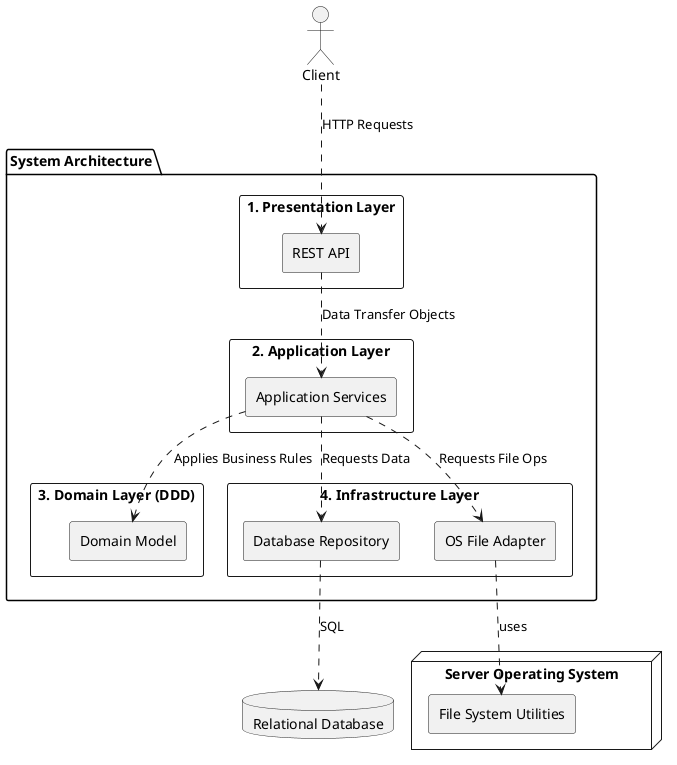
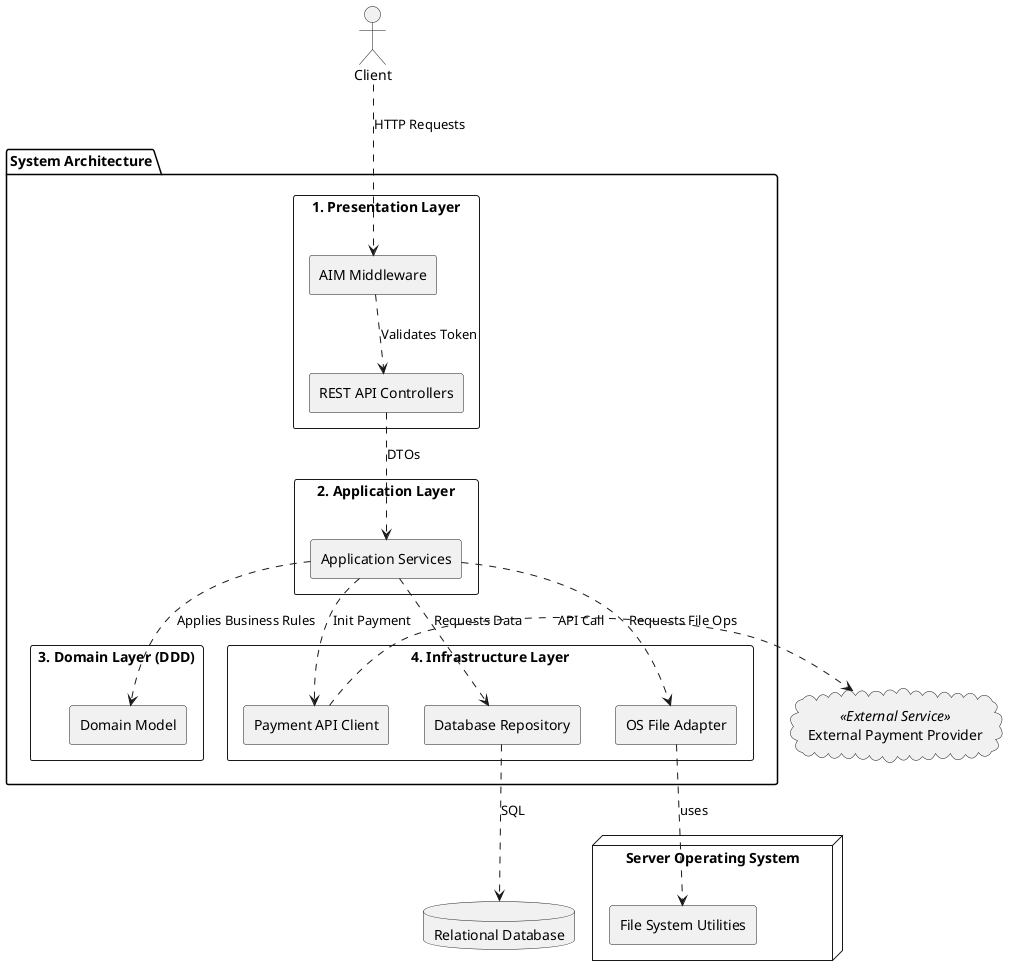
@startuml
skinparam componentStyle rectangle

actor "Client" as Client

+ cloud "External Payment Provider" as EPP <<External Service>>
+ 
package "System Architecture" {

    component "1. Presentation Layer" as Presentation {
-         [REST API] as API
+         [AIM Middleware] as AuthFilter
+         [REST API Controllers] as API
    }

    component "2. Application Layer" as AppLayer {
        [Application Services] as Services
    }

    component "3. Domain Layer (DDD)" as DomainLayer {
        [Domain Model] as Domain
    }

    component "4. Infrastructure Layer" as InfraLayer {
        [Database Repository] as Repo
        [OS File Adapter] as OSAdapter
+         [Payment API Client] as PaymentClient
    }
}

database "Relational Database" as DB
node "Server Operating System" as OS {
    [File System Utilities] as OSFS
}

- Client .down.> API : HTTP Requests
- API .down.> Services : Data Transfer Objects
+ 
+ Client .down.> AuthFilter : HTTP Requests
+ AuthFilter .down.> API : Validates Token
+ API .down.> Services : DTOs
+ 
Services .down.> Domain : Applies Business Rules
Services .down.> Repo : Requests Data
Services .down.> OSAdapter : Requests File Ops
+ Services .down.> PaymentClient : Init Payment

Repo .down.> DB : SQL
OSAdapter .down.> OSFS : uses
+ PaymentClient .right.> EPP: API Call

@enduml